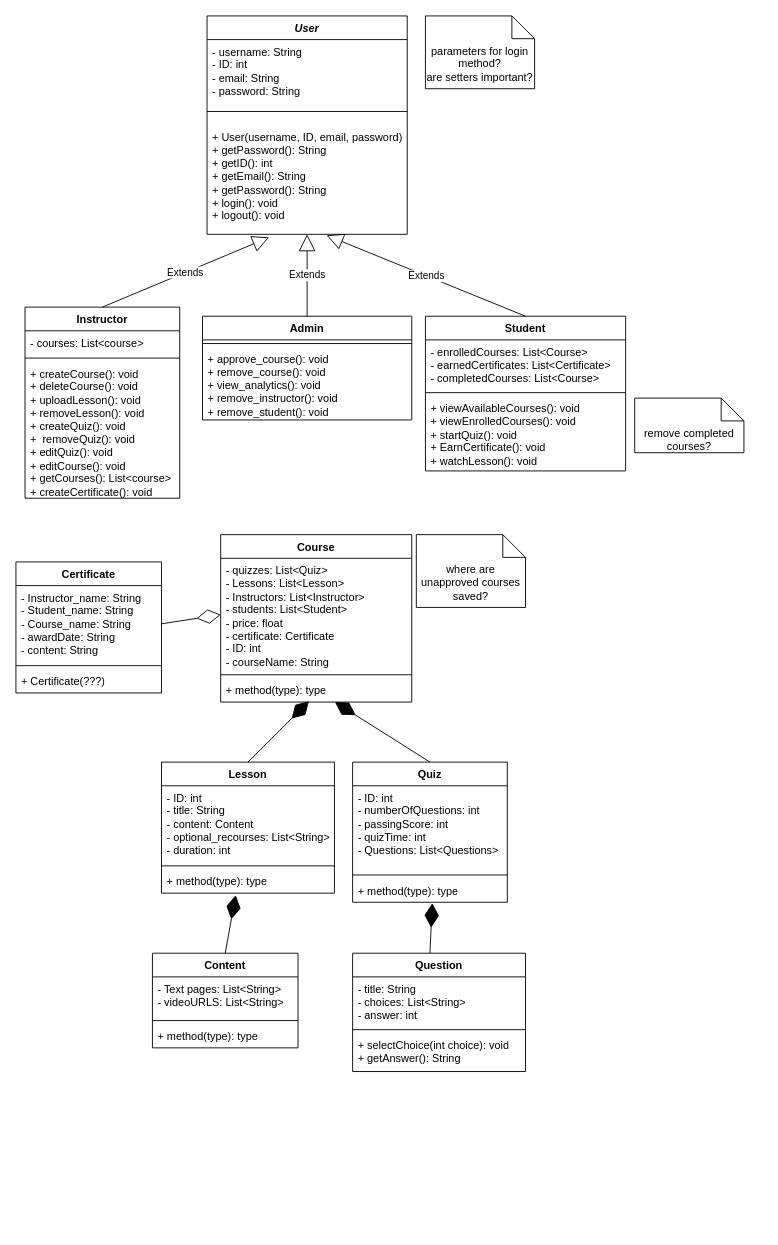
The draw.io diagram class diagram.drawio in Mahmoud5704/Bismillahi_arRahmani_arRahim-UML-, before the edit. Source tidied: cells renumbered, new cells numbered last; positions are measured from the earlier drawing's top-left corner, leaving out a move shared by most shapes. Both pictures are drawn from the tidied source at 91%, with x=0, y=0 at pixel (15, 15).
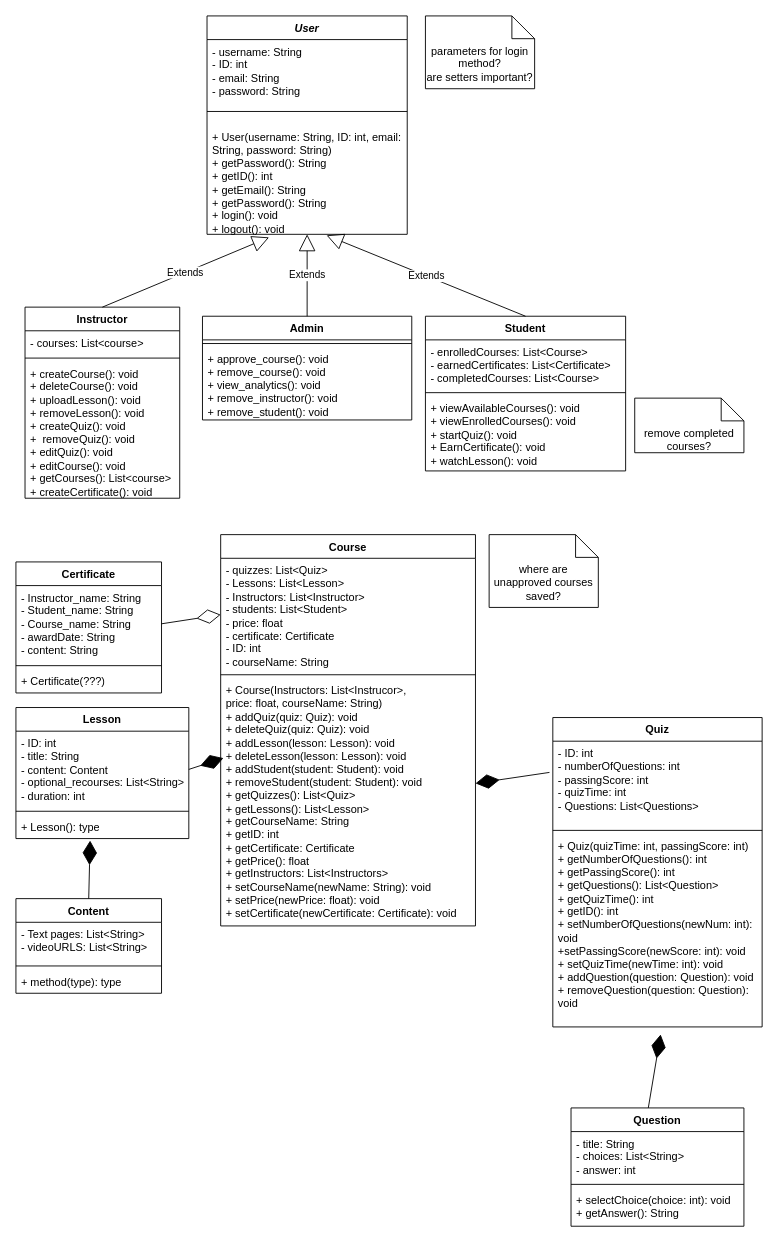
The same diagram, later.

Commit message:
added more methods for course and quiz

The change refers to these unchanged cells:
```xml
<mxCell id="2" value="&lt;i&gt;User&lt;/i&gt;" style="swimlane;fontStyle=1;align=center;verticalAlign=top;horizontal=1;startSize=26;whiteSpace=wrap;html=1;" parent="1" vertex="1">
  <mxGeometry x="210" width="220" height="240" as="geometry" />
</mxCell>
<mxCell id="33" value="- ID: int&lt;div&gt;- title: String&lt;/div&gt;&lt;div&gt;- content: Content&lt;/div&gt;&lt;div&gt;- optional_recourses: List&amp;lt;String&amp;gt;&lt;/div&gt;&lt;div&gt;- duration: int&lt;/div&gt;" style="text;strokeColor=none;fillColor=none;align=left;verticalAlign=top;spacingLeft=4;spacingRight=4;overflow=hidden;points=[[0,0.5],[1,0.5]];portConstraint=eastwest;whiteSpace=wrap;html=1;" parent="32" vertex="1">
  <mxGeometry y="26" width="190" height="84" as="geometry" />
</mxCell>
```

Diff of the diagram source:
```diff
@@
-    <mxCell id="5" value="+ User(username, ID, email, password)&lt;div&gt;+ getPassword(): String&lt;/div&gt;&lt;div&gt;+ getID(): int&lt;/div&gt;&lt;div&gt;+ getEmail(): String&lt;/div&gt;&lt;div&gt;+ getPassword(): String&lt;/div&gt;&lt;div&gt;+ login(): void&lt;/div&gt;&lt;div&gt;+ logout(): void&lt;/div&gt;" style="text;strokeColor=none;fillColor=none;align=left;verticalAlign=top;spacingLeft=4;spacingRight=4;overflow=hidden;points=[[0,0.5],[1,0.5]];portConstraint=eastwest;whiteSpace=wrap;html=1;" parent="2" vertex="1">
+    <mxCell id="5" value="+ User(username: String, ID: int, email: String, password: String)&lt;div&gt;+ getPassword(): String&lt;/div&gt;&lt;div&gt;+ getID(): int&lt;/div&gt;&lt;div&gt;+ getEmail(): String&lt;/div&gt;&lt;div&gt;+ getPassword(): String&lt;/div&gt;&lt;div&gt;+ login(): void&lt;/div&gt;&lt;div&gt;+ logout(): void&lt;/div&gt;" style="text;strokeColor=none;fillColor=none;align=left;verticalAlign=top;spacingLeft=4;spacingRight=4;overflow=hidden;points=[[0,0.5],[1,0.5]];portConstraint=eastwest;whiteSpace=wrap;html=1;" parent="2" vertex="1">
       <mxGeometry y="120" width="220" height="120" as="geometry" />
     </mxCell>
@@
     <mxCell id="27" value="Course" style="swimlane;fontStyle=1;align=center;verticalAlign=top;horizontal=1;startSize=26;whiteSpace=wrap;html=1;" parent="1" vertex="1">
-      <mxGeometry x="225" y="570" width="210" height="184" as="geometry" />
+      <mxGeometry x="225" y="570" width="280" height="430" as="geometry" />
     </mxCell>
     <mxCell id="28" value="- quizzes: List&amp;lt;Quiz&amp;gt;&lt;div&gt;- Lessons: List&amp;lt;Lesson&amp;gt;&lt;/div&gt;&lt;div&gt;- Instructors: List&amp;lt;Instructor&amp;gt;&lt;/div&gt;&lt;div&gt;- students: List&amp;lt;Student&amp;gt;&lt;/div&gt;&lt;div&gt;- price: float&lt;/div&gt;&lt;div&gt;- certificate: Certificate&lt;/div&gt;&lt;div&gt;- ID: int&lt;/div&gt;&lt;div&gt;- courseName: String&lt;/div&gt;" style="text;strokeColor=none;fillColor=none;align=left;verticalAlign=top;spacingLeft=4;spacingRight=4;overflow=hidden;points=[[0,0.5],[1,0.5]];portConstraint=eastwest;whiteSpace=wrap;html=1;" parent="27" vertex="1">
-      <mxGeometry y="26" width="210" height="124" as="geometry" />
+      <mxGeometry y="26" width="280" height="124" as="geometry" />
     </mxCell>
     <mxCell id="29" style="line;strokeWidth=1;fillColor=none;align=left;verticalAlign=middle;spacingTop=-1;spacingLeft=3;spacingRight=3;labelPosition=right;strokeColor=inherit;" parent="27" vertex="1">
-      <mxGeometry y="150" width="210" height="8" as="geometry" />
+      <mxGeometry y="150" width="280" height="8" as="geometry" />
     </mxCell>
-    <mxCell id="30" value="+ method(type): type" style="text;strokeColor=none;fillColor=none;align=left;verticalAlign=top;spacingLeft=4;spacingRight=4;overflow=hidden;points=[[0,0.5],[1,0.5]];portConstraint=eastwest;whiteSpace=wrap;html=1;" parent="27" vertex="1">
-      <mxGeometry y="158" width="210" height="26" as="geometry" />
+    <mxCell id="30" value="+ Course(Instructors: List&amp;lt;Instrucor&amp;gt;,&lt;div&gt;price: float, courseName: String)&lt;/div&gt;&lt;div&gt;+ addQuiz(quiz: Quiz): void&lt;/div&gt;&lt;div&gt;+ deleteQuiz(quiz: Quiz): void&lt;/div&gt;&lt;div&gt;+ addLesson(lesson: Lesson): void&lt;/div&gt;&lt;div&gt;+ deleteLesson(&lt;span style=&quot;background-color: transparent; color: light-dark(rgb(0, 0, 0), rgb(255, 255, 255));&quot;&gt;lesson: Lesson&lt;/span&gt;&lt;span style=&quot;background-color: transparent; color: light-dark(rgb(0, 0, 0), rgb(255, 255, 255));&quot;&gt;): void&lt;/span&gt;&lt;/div&gt;&lt;div&gt;+ addStudent(student: Student): void&lt;/div&gt;&lt;div&gt;+ removeStudent(&lt;span style=&quot;background-color: transparent; color: light-dark(rgb(0, 0, 0), rgb(255, 255, 255));&quot;&gt;student: Student&lt;/span&gt;&lt;span style=&quot;background-color: transparent; color: light-dark(rgb(0, 0, 0), rgb(255, 255, 255));&quot;&gt;): void&lt;/span&gt;&lt;/div&gt;&lt;div&gt;&lt;span style=&quot;background-color: transparent; color: light-dark(rgb(0, 0, 0), rgb(255, 255, 255));&quot;&gt;+ getQuizzes(): List&amp;lt;Quiz&amp;gt;&lt;/span&gt;&lt;/div&gt;&lt;div&gt;&lt;span style=&quot;background-color: transparent; color: light-dark(rgb(0, 0, 0), rgb(255, 255, 255));&quot;&gt;+ getLessons(): List&amp;lt;Lesson&amp;gt;&lt;/span&gt;&lt;/div&gt;&lt;div&gt;&lt;span style=&quot;background-color: transparent; color: light-dark(rgb(0, 0, 0), rgb(255, 255, 255));&quot;&gt;+ getCourseName: String&lt;/span&gt;&lt;/div&gt;&lt;div&gt;&lt;span style=&quot;background-color: transparent; color: light-dark(rgb(0, 0, 0), rgb(255, 255, 255));&quot;&gt;+ getID: int&lt;/span&gt;&lt;/div&gt;&lt;div&gt;&lt;span style=&quot;background-color: transparent; color: light-dark(rgb(0, 0, 0), rgb(255, 255, 255));&quot;&gt;+ getCertificate: Certificate&lt;/span&gt;&lt;/div&gt;&lt;div&gt;&lt;span style=&quot;background-color: transparent; color: light-dark(rgb(0, 0, 0), rgb(255, 255, 255));&quot;&gt;+ getPrice(): float&lt;/span&gt;&lt;/div&gt;&lt;div&gt;&lt;span style=&quot;background-color: transparent; color: light-dark(rgb(0, 0, 0), rgb(255, 255, 255));&quot;&gt;+ getInstructors: List&amp;lt;Instructors&amp;gt;&lt;/span&gt;&lt;/div&gt;&lt;div&gt;&lt;span style=&quot;background-color: transparent; color: light-dark(rgb(0, 0, 0), rgb(255, 255, 255));&quot;&gt;+ setCourseName(newName: String): void&lt;/span&gt;&lt;/div&gt;&lt;div&gt;&lt;span style=&quot;background-color: transparent; color: light-dark(rgb(0, 0, 0), rgb(255, 255, 255));&quot;&gt;+ setPrice(newPrice: float): void&lt;/span&gt;&lt;/div&gt;&lt;div&gt;&lt;span style=&quot;background-color: transparent; color: light-dark(rgb(0, 0, 0), rgb(255, 255, 255));&quot;&gt;+ setCertificate(newCertificate: Certificate): void&lt;/span&gt;&lt;/div&gt;" style="text;strokeColor=none;fillColor=none;align=left;verticalAlign=top;spacingLeft=4;spacingRight=4;overflow=hidden;points=[[0,0.5],[1,0.5]];portConstraint=eastwest;whiteSpace=wrap;html=1;" parent="27" vertex="1">
+      <mxGeometry y="158" width="280" height="272" as="geometry" />
     </mxCell>
     <mxCell id="31" value="where are unapproved courses saved?" style="shape=note2;boundedLbl=1;whiteSpace=wrap;html=1;size=25;verticalAlign=top;align=center;" parent="1" vertex="1">
-      <mxGeometry x="440" y="570" width="120" height="80" as="geometry" />
+      <mxGeometry x="520" y="570" width="120" height="80" as="geometry" />
     </mxCell>
     <mxCell id="32" value="Lesson" style="swimlane;fontStyle=1;align=center;verticalAlign=top;horizontal=1;startSize=26;whiteSpace=wrap;html=1;" parent="1" vertex="1">
-      <mxGeometry x="160" y="820" width="190" height="144" as="geometry" />
+      <mxGeometry y="760" width="190" height="144" as="geometry" />
     </mxCell>
@@
-    <mxCell id="35" value="+ method(type): type" style="text;strokeColor=none;fillColor=none;align=left;verticalAlign=top;spacingLeft=4;spacingRight=4;overflow=hidden;points=[[0,0.5],[1,0.5]];portConstraint=eastwest;whiteSpace=wrap;html=1;" parent="32" vertex="1">
+    <mxCell id="35" value="+ Lesson(): type" style="text;strokeColor=none;fillColor=none;align=left;verticalAlign=top;spacingLeft=4;spacingRight=4;overflow=hidden;points=[[0,0.5],[1,0.5]];portConstraint=eastwest;whiteSpace=wrap;html=1;" parent="32" vertex="1">
       <mxGeometry y="118" width="190" height="26" as="geometry" />
     </mxCell>
     <mxCell id="36" value="Quiz" style="swimlane;fontStyle=1;align=center;verticalAlign=top;horizontal=1;startSize=26;whiteSpace=wrap;html=1;" parent="1" vertex="1">
-      <mxGeometry x="370" y="820" width="170" height="154" as="geometry" />
+      <mxGeometry x="590" y="771" width="230" height="340" as="geometry" />
     </mxCell>
     <mxCell id="37" value="- ID: int&lt;div&gt;- numberOfQuestions: int&lt;/div&gt;&lt;div&gt;- passingScore: int&lt;/div&gt;&lt;div&gt;- quizTime: int&lt;/div&gt;&lt;div&gt;- Questions: List&amp;lt;Questions&amp;gt;&lt;/div&gt;" style="text;strokeColor=none;fillColor=none;align=left;verticalAlign=top;spacingLeft=4;spacingRight=4;overflow=hidden;points=[[0,0.5],[1,0.5]];portConstraint=eastwest;whiteSpace=wrap;html=1;" parent="36" vertex="1">
-      <mxGeometry y="26" width="170" height="94" as="geometry" />
+      <mxGeometry y="26" width="230" height="94" as="geometry" />
     </mxCell>
     <mxCell id="38" style="line;strokeWidth=1;fillColor=none;align=left;verticalAlign=middle;spacingTop=-1;spacingLeft=3;spacingRight=3;labelPosition=right;strokeColor=inherit;" parent="36" vertex="1">
-      <mxGeometry y="120" width="170" height="8" as="geometry" />
+      <mxGeometry y="120" width="230" height="8" as="geometry" />
     </mxCell>
-    <mxCell id="39" value="+ method(type): type" style="text;strokeColor=none;fillColor=none;align=left;verticalAlign=top;spacingLeft=4;spacingRight=4;overflow=hidden;points=[[0,0.5],[1,0.5]];portConstraint=eastwest;whiteSpace=wrap;html=1;" parent="36" vertex="1">
-      <mxGeometry y="128" width="170" height="26" as="geometry" />
+    <mxCell id="39" value="+ Quiz(quizTime: int, passingScore: int)&lt;div&gt;+ getNumberOfQuestions(): int&lt;/div&gt;&lt;div&gt;+ getPassingScore(): int&lt;/div&gt;&lt;div&gt;+ getQuestions(): List&amp;lt;Question&amp;gt;&lt;/div&gt;&lt;div&gt;+ getQuizTime(): int&lt;/div&gt;&lt;div&gt;+ getID(): int&lt;/div&gt;&lt;div&gt;+ setNumberOfQuestions(newNum: int): void&lt;/div&gt;&lt;div&gt;+setPassingScore(newScore: int): void&lt;/div&gt;&lt;div&gt;+ setQuizTime(newTime: int): void&lt;/div&gt;&lt;div&gt;+ addQuestion(question: Question): void&lt;/div&gt;&lt;div&gt;+ removeQuestion(question: Question): void&lt;/div&gt;" style="text;strokeColor=none;fillColor=none;align=left;verticalAlign=top;spacingLeft=4;spacingRight=4;overflow=hidden;points=[[0,0.5],[1,0.5]];portConstraint=eastwest;whiteSpace=wrap;html=1;" parent="36" vertex="1">
+      <mxGeometry y="128" width="230" height="212" as="geometry" />
     </mxCell>
     <mxCell id="40" value="Question" style="swimlane;fontStyle=1;align=center;verticalAlign=top;horizontal=1;startSize=26;whiteSpace=wrap;html=1;" parent="1" vertex="1">
-      <mxGeometry x="370" y="1030" width="190" height="130" as="geometry" />
+      <mxGeometry x="610" y="1200" width="190" height="130" as="geometry" />
     </mxCell>
@@
-    <mxCell id="43" value="+ selectChoice(int choice): void&lt;div&gt;+ getAnswer(): String&lt;/div&gt;" style="text;strokeColor=none;fillColor=none;align=left;verticalAlign=top;spacingLeft=4;spacingRight=4;overflow=hidden;whiteSpace=wrap;html=1;" parent="40" vertex="1">
+    <mxCell id="43" value="+ selectChoice(choice: int): void&lt;div&gt;+ getAnswer(): String&lt;/div&gt;" style="text;strokeColor=none;fillColor=none;align=left;verticalAlign=top;spacingLeft=4;spacingRight=4;overflow=hidden;whiteSpace=wrap;html=1;" parent="40" vertex="1">
       <mxGeometry y="88" width="190" height="42" as="geometry" />
     </mxCell>
     <mxCell id="44" value="Content" style="swimlane;fontStyle=1;align=center;verticalAlign=top;horizontal=1;startSize=26;whiteSpace=wrap;html=1;" parent="1" vertex="1">
-      <mxGeometry x="150" y="1030" width="160" height="104" as="geometry" />
+      <mxGeometry y="970" width="160" height="104" as="geometry" />
     </mxCell>
@@
-    <mxCell id="51" style="endArrow=diamondThin;endFill=1;endSize=24;html=1;rounded=0;exitX=0.5;exitY=0;exitDx=0;exitDy=0;" parent="1" edge="1" source="36" target="30">
+    <mxCell id="51" style="endArrow=diamondThin;endFill=1;endSize=24;html=1;rounded=0;exitX=-0.016;exitY=0.365;exitDx=0;exitDy=0;exitPerimeter=0;" parent="1" edge="1" source="37" target="30">
       <mxGeometry relative="1" as="geometry" />
     </mxCell>
-    <mxCell id="52" style="endArrow=diamondThin;endFill=1;endSize=24;html=1;rounded=0;exitX=0.5;exitY=0;exitDx=0;exitDy=0;entryX=0.462;entryY=0.963;entryDx=0;entryDy=0;entryPerimeter=0;" parent="1" edge="1" source="32" target="30">
+    <mxCell id="52" style="endArrow=diamondThin;endFill=1;endSize=24;html=1;rounded=0;exitX=1;exitY=0.5;exitDx=0;exitDy=0;entryX=0.011;entryY=0.322;entryDx=0;entryDy=0;entryPerimeter=0;" parent="1" edge="1" source="33" target="30">
       <mxGeometry relative="1" as="geometry" />
     </mxCell>
```
